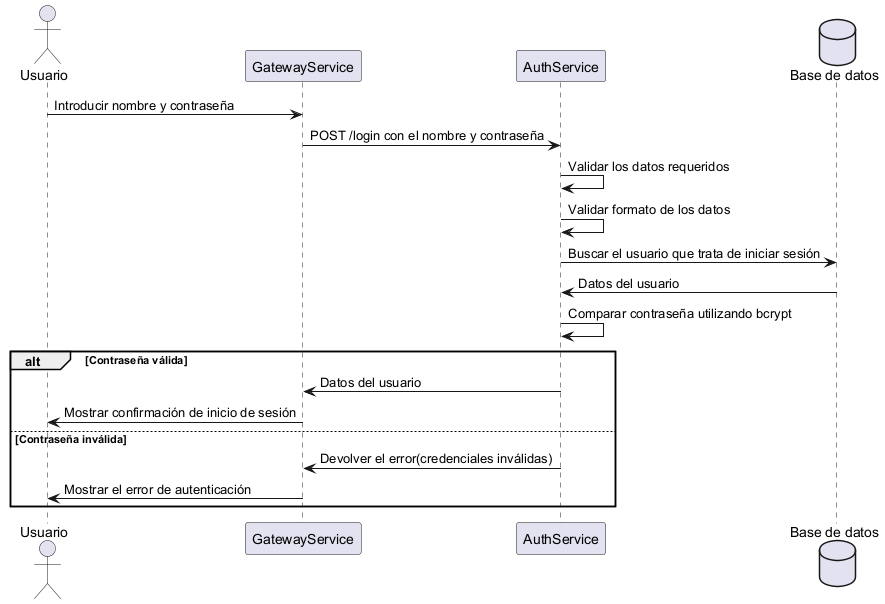
This is images/Log in diagram.png from Arquisoft/wichat_es5a, a PlantUML export, as it was before one commit.
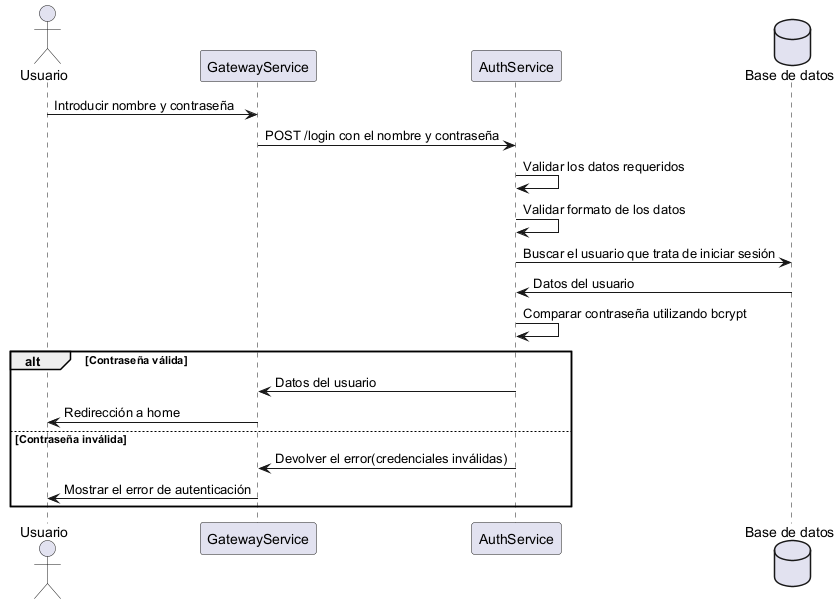
The same file after the commit.

What changed in the source:
```diff
@@ -14,7 +14,7 @@
 AS -> AS: Comparar contraseña utilizando bcrypt
 alt Contraseña válida
     AS -> GS: Datos del usuario
-    GS -> Usuario: Mostrar confirmación de inicio de sesión
+    GS -> Usuario: Redirección a home
 else Contraseña inválida
     AS -> GS: Devolver el error(credenciales inválidas)
     GS -> Usuario: Mostrar el error de autenticación
```
